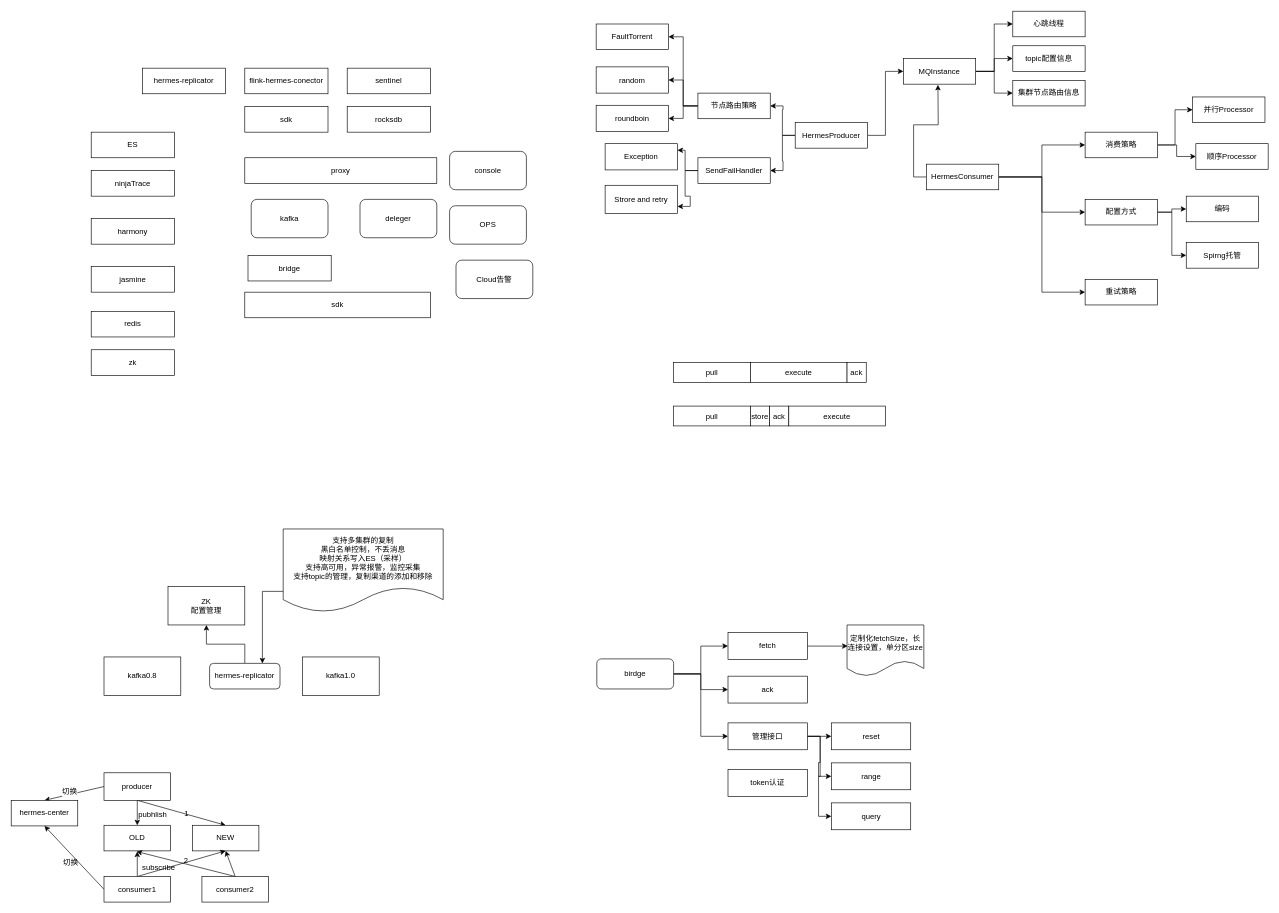
Before: hermes.drawio in MihirrajDixit/drawio, a draw.io diagram. Source tidied: cells renumbered, new cells numbered last; positions are measured from the earlier drawing's top-left corner, leaving out a move shared by most shapes. Both pictures are drawn from the tidied source at 64%, with x=0, y=0 at pixel (11, 11).
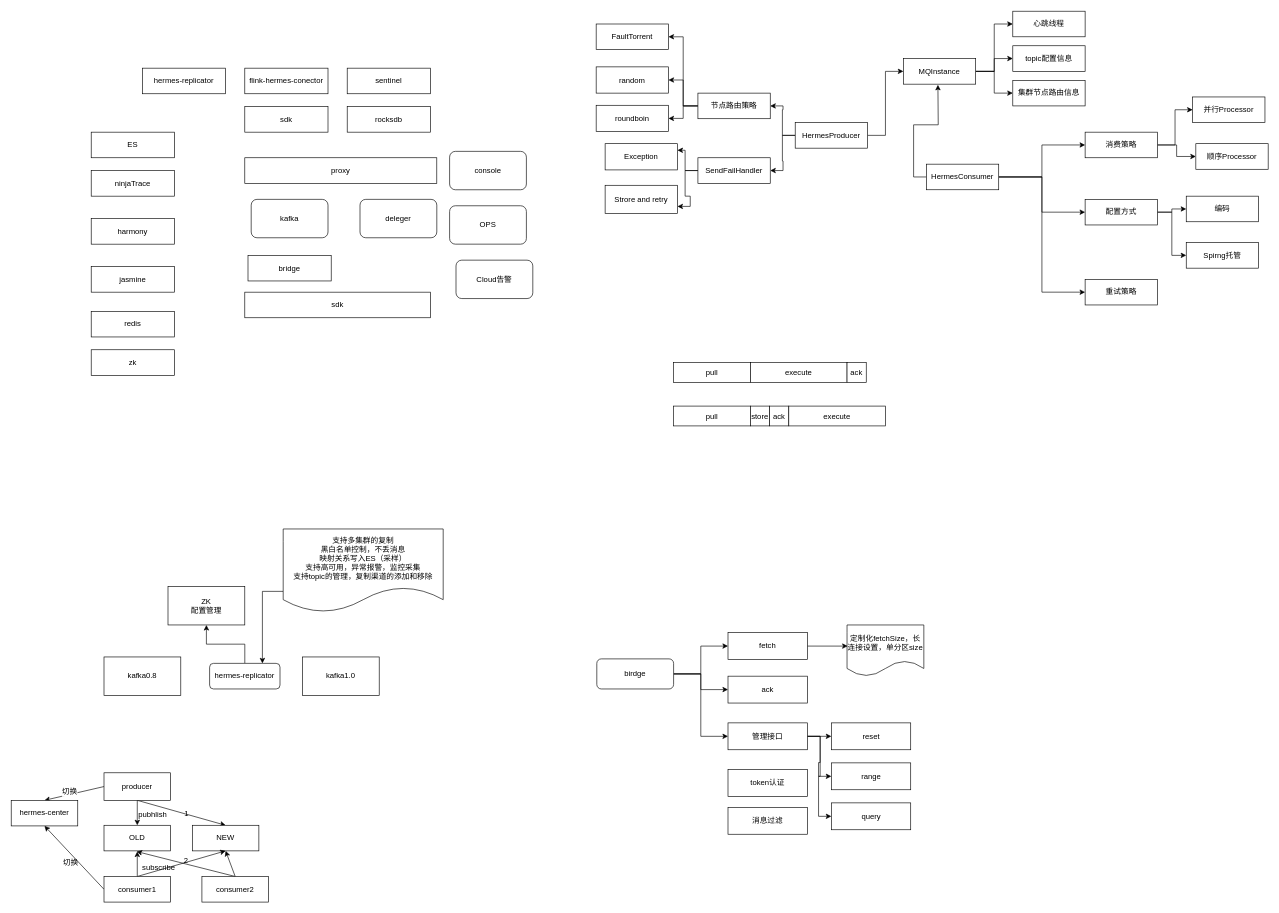
The same page after the edit.

What changed in the source:
```diff
@@
+    <mxCell id="110" value="消息过滤" style="rounded=0;whiteSpace=wrap;html=1;" parent="1" vertex="1">
+      <mxGeometry x="1120" y="1244" width="124" height="42" as="geometry" />
+    </mxCell>
```
